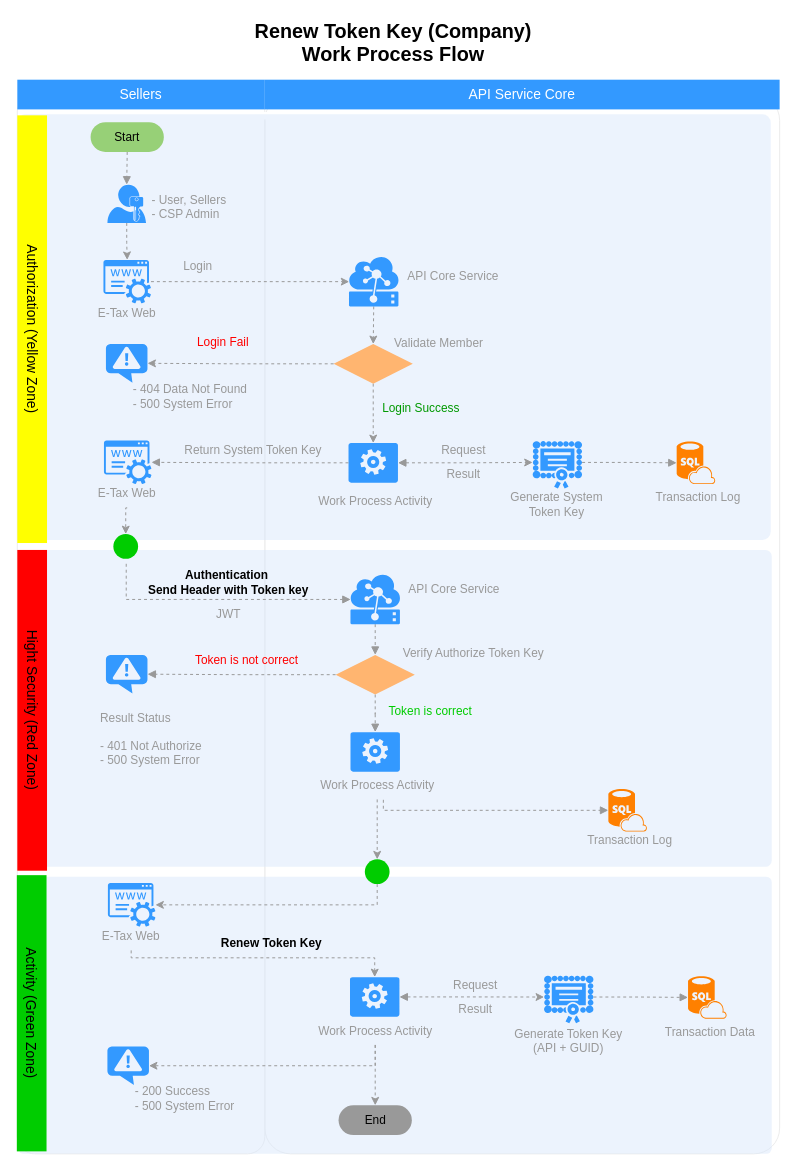
This is Register Renew Token-Key.drawio from nirawat/eTax, a draw.io file, before an edit. Source tidied: cells renumbered, new cells numbered last; positions are measured from the earlier drawing's top-left corner, leaving out a move shared by most shapes. Both pictures are drawn from the tidied source at 99%, with x=0, y=0 at pixel (-182, 17).
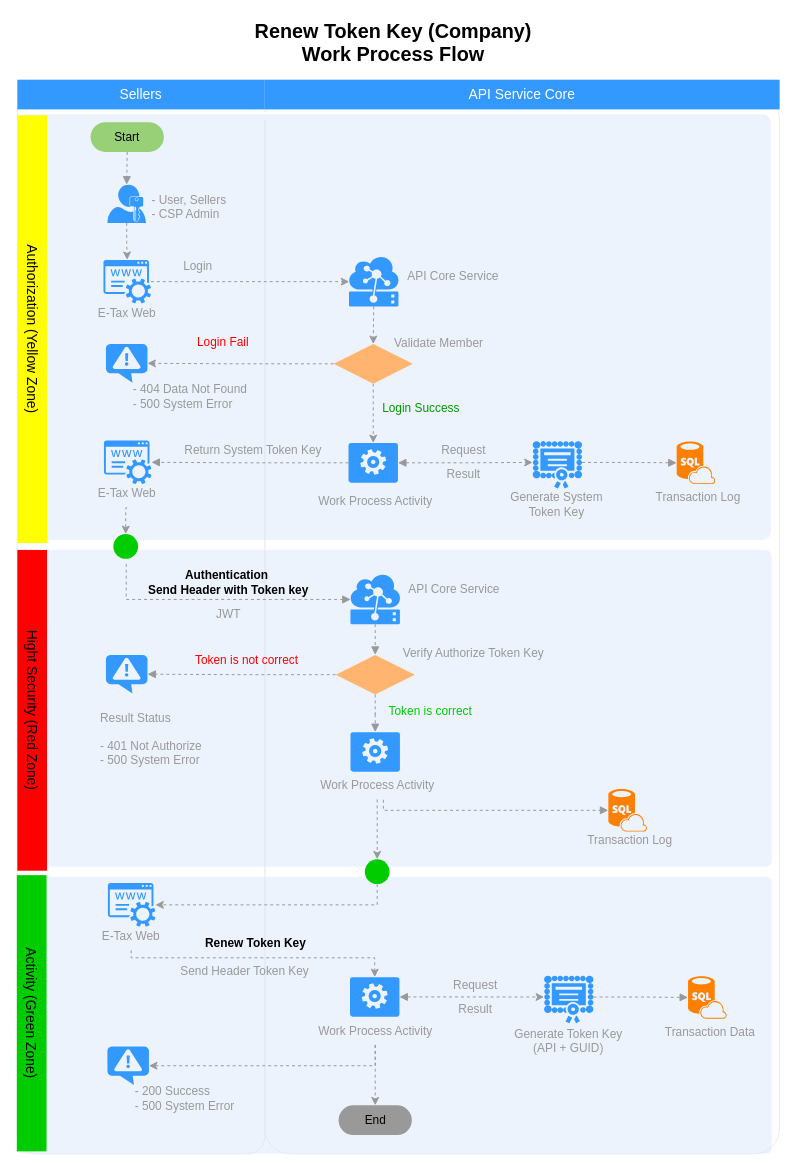
After the change.

Change to the diagram source:
```diff
@@
     <mxCell id="83" value="Renew Token Key&lt;br&gt;" style="text;html=1;strokeColor=none;fillColor=none;align=center;verticalAlign=middle;whiteSpace=wrap;rounded=0;fontSize=12;fontColor=#000000;fontStyle=1;" parent="1" vertex="1">
-      <mxGeometry x="373.5" y="927.5" width="168" height="16" as="geometry" />
+      <mxGeometry x="358" y="927.5" width="168" height="16" as="geometry" />
     </mxCell>
@@
+    <mxCell id="105" value="Send Header Token Key" style="text;html=1;strokeColor=none;fillColor=none;align=center;verticalAlign=middle;whiteSpace=wrap;rounded=0;fontSize=12;fontColor=#999999;" parent="1" vertex="1">
+      <mxGeometry x="336" y="949" width="190" height="29" as="geometry" />
+    </mxCell>
```
